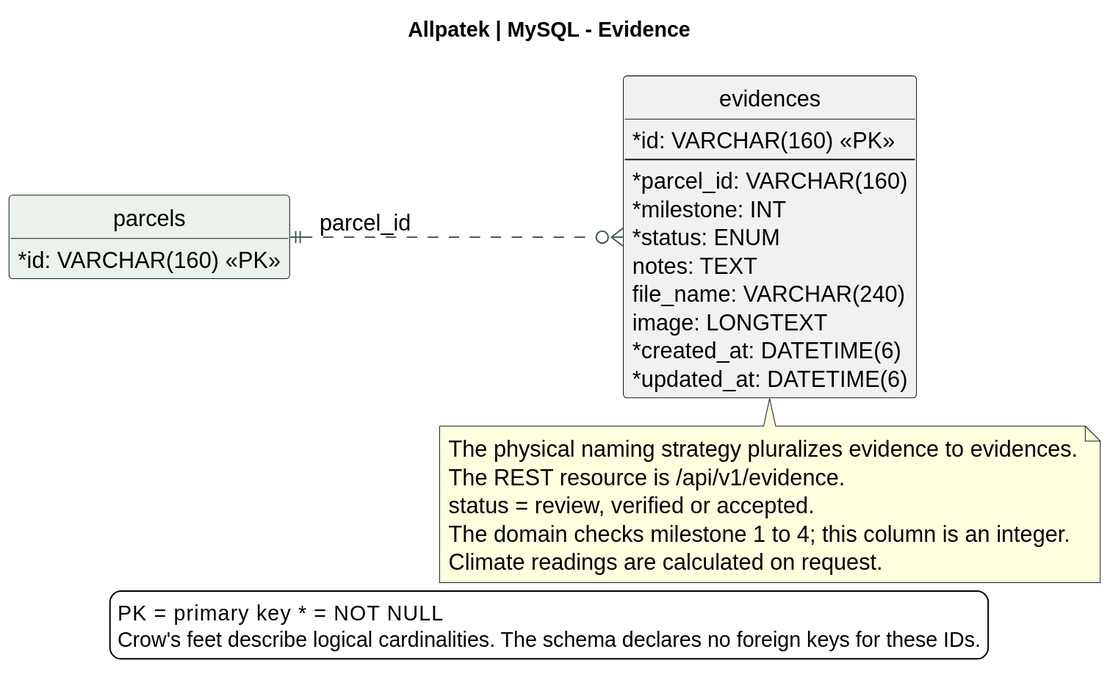
This is assets/chapter-04/architecture/17-database-monitoring.svg from upc-pre-202620-1asi0729-7753-Terranova/allpatek-report, a PlantUML export, as it was before one commit.
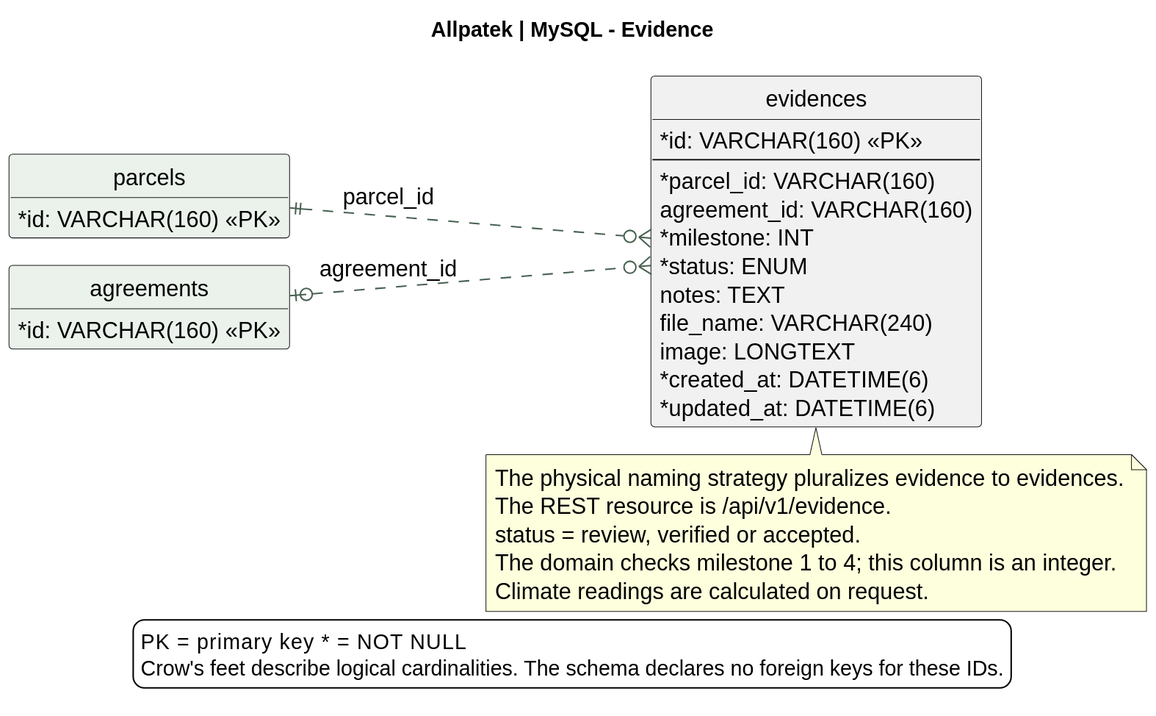
Later version of the same file.

Commit message:
docs(database): map the optional agreement reference on evidence

Change to the diagram source:
```diff
@@ -15,6 +15,7 @@
   {field} * id: VARCHAR(160) <<PK>>
   --
   {field} * parcel_id: VARCHAR(160)
+  {field} agreement_id: VARCHAR(160)
   {field} * milestone: INT
   {field} * status: ENUM
   {field} notes: TEXT
@@ -26,7 +27,11 @@
 entity "parcels" as parcel #EAF2EB {
   {field} * id: VARCHAR(160) <<PK>>
 }
+entity "agreements" as agreement #EAF2EB {
+  {field} * id: VARCHAR(160) <<PK>>
+}
 parcel ||..o{ evidence : parcel_id
+agreement |o..o{ evidence : agreement_id
 note bottom of evidence
   The physical naming strategy pluralizes evidence to evidences.
   The REST resource is /api/v1/evidence.
```
